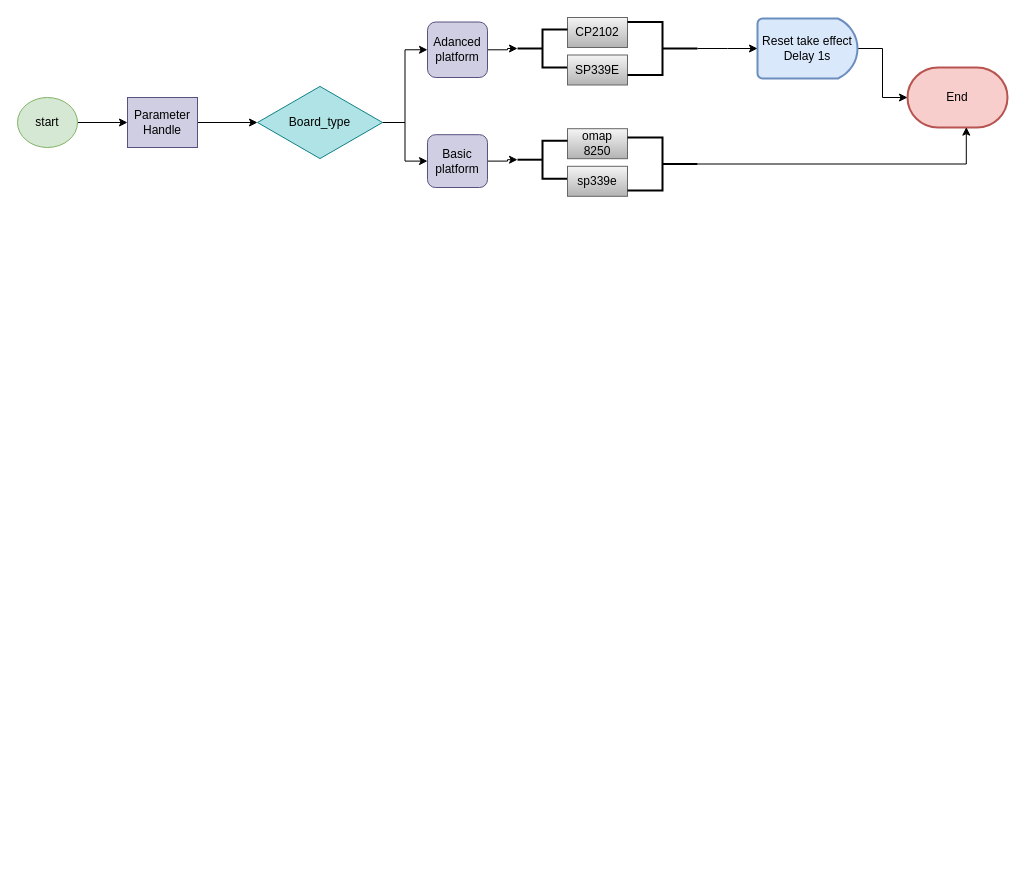
Above: switchserialmode.drawio in AsuraZeng/just-for-mark (draw.io), before the change. Source tidied: cells renumbered, new cells numbered last; positions are measured from the earlier drawing's top-left corner, leaving out a move shared by most shapes. Both pictures are drawn from the tidied source at 100%, with x=0, y=0 at pixel (17, 17).
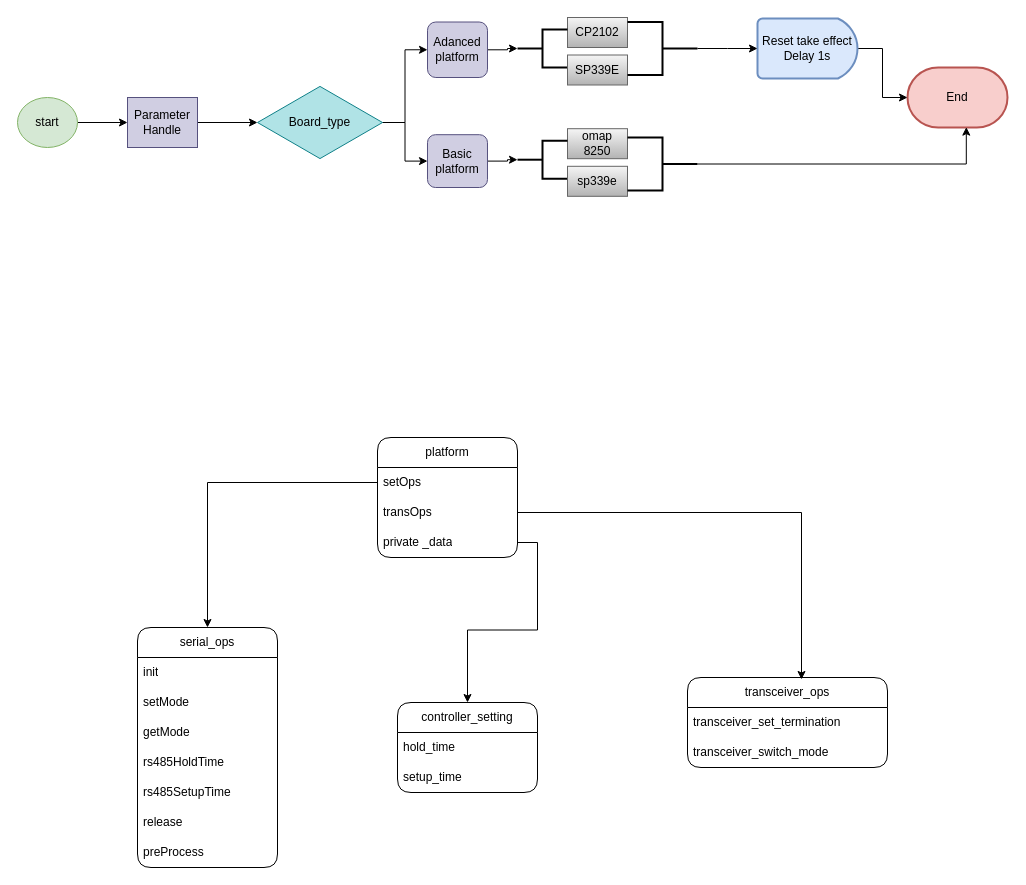
Above is the later version.

What changed in the source:
```diff
@@
+    <mxCell id="26" value="serial_ops" style="swimlane;fontStyle=0;horizontal=1;startSize=30;whiteSpace=wrap;html=1;rounded=1;" parent="1" vertex="1">
+      <mxGeometry x="120" y="610" width="140" height="240" as="geometry" />
+    </mxCell>
+    <mxCell id="27" value="init" style="text;align=left;verticalAlign=middle;spacingLeft=4;spacingRight=4;overflow=hidden;whiteSpace=wrap;html=1;rounded=1;" parent="26" vertex="1">
+      <mxGeometry y="30" width="140" height="30" as="geometry" />
+    </mxCell>
+    <mxCell id="28" value="setMode" style="text;strokeColor=none;fillColor=none;align=left;verticalAlign=middle;spacingLeft=4;spacingRight=4;overflow=hidden;whiteSpace=wrap;html=1;rounded=1;" parent="26" vertex="1">
+      <mxGeometry y="60" width="140" height="30" as="geometry" />
+    </mxCell>
+    <mxCell id="29" value="getMode" style="text;strokeColor=none;fillColor=none;align=left;verticalAlign=middle;spacingLeft=4;spacingRight=4;overflow=hidden;whiteSpace=wrap;html=1;rounded=1;" parent="26" vertex="1">
+      <mxGeometry y="90" width="140" height="30" as="geometry" />
+    </mxCell>
+    <mxCell id="30" value="rs485HoldTime" style="text;strokeColor=none;fillColor=none;align=left;verticalAlign=middle;spacingLeft=4;spacingRight=4;overflow=hidden;whiteSpace=wrap;html=1;rounded=1;" parent="26" vertex="1">
+      <mxGeometry y="120" width="140" height="30" as="geometry" />
+    </mxCell>
+    <mxCell id="31" value="rs485SetupTime" style="text;strokeColor=none;fillColor=none;align=left;verticalAlign=middle;spacingLeft=4;spacingRight=4;overflow=hidden;whiteSpace=wrap;html=1;rounded=1;" parent="26" vertex="1">
+      <mxGeometry y="150" width="140" height="30" as="geometry" />
+    </mxCell>
+    <mxCell id="32" value="release" style="text;strokeColor=none;fillColor=none;align=left;verticalAlign=middle;spacingLeft=4;spacingRight=4;overflow=hidden;whiteSpace=wrap;html=1;rounded=1;" parent="26" vertex="1">
+      <mxGeometry y="180" width="140" height="30" as="geometry" />
+    </mxCell>
+    <mxCell id="33" value="preProcess" style="text;strokeColor=none;fillColor=none;align=left;verticalAlign=middle;spacingLeft=4;spacingRight=4;overflow=hidden;whiteSpace=wrap;html=1;rounded=1;" parent="26" vertex="1">
+      <mxGeometry y="210" width="140" height="30" as="geometry" />
+    </mxCell>
+    <mxCell id="34" value="platform" style="swimlane;fontStyle=0;horizontal=1;startSize=30;whiteSpace=wrap;html=1;rounded=1;" parent="1" vertex="1">
+      <mxGeometry x="360" y="420" width="140" height="120" as="geometry" />
+    </mxCell>
+    <mxCell id="35" value="setOps" style="text;strokeColor=none;fillColor=none;align=left;verticalAlign=middle;spacingLeft=4;spacingRight=4;overflow=hidden;points=[[0,0.5],[1,0.5]];portConstraint=eastwest;whiteSpace=wrap;html=1;rounded=1;" parent="34" vertex="1">
+      <mxGeometry y="30" width="140" height="30" as="geometry" />
+    </mxCell>
+    <mxCell id="36" value="transOps" style="text;strokeColor=none;fillColor=none;align=left;verticalAlign=middle;spacingLeft=4;spacingRight=4;overflow=hidden;points=[[0,0.5],[1,0.5]];portConstraint=eastwest;whiteSpace=wrap;html=1;rounded=1;" parent="34" vertex="1">
+      <mxGeometry y="60" width="140" height="30" as="geometry" />
+    </mxCell>
+    <mxCell id="37" value="private _data" style="text;strokeColor=none;fillColor=none;align=left;verticalAlign=middle;spacingLeft=4;spacingRight=4;overflow=hidden;points=[[0,0.5],[1,0.5]];portConstraint=eastwest;whiteSpace=wrap;html=1;rounded=1;" parent="34" vertex="1">
+      <mxGeometry y="90" width="140" height="30" as="geometry" />
+    </mxCell>
+    <mxCell id="38" value="transceiver_ops" style="swimlane;fontStyle=0;horizontal=1;startSize=30;whiteSpace=wrap;html=1;rounded=1;" parent="1" vertex="1">
+      <mxGeometry x="670" y="660" width="200" height="90" as="geometry" />
+    </mxCell>
+    <mxCell id="39" value="transceiver_set_termination" style="text;strokeColor=none;fillColor=none;align=left;verticalAlign=middle;spacingLeft=4;spacingRight=4;overflow=hidden;whiteSpace=wrap;html=1;rounded=1;" parent="38" vertex="1">
+      <mxGeometry y="30" width="200" height="30" as="geometry" />
+    </mxCell>
+    <mxCell id="40" value="transceiver_switch_mode" style="text;strokeColor=none;fillColor=none;align=left;verticalAlign=middle;spacingLeft=4;spacingRight=4;overflow=hidden;whiteSpace=wrap;html=1;rounded=1;" parent="38" vertex="1">
+      <mxGeometry y="60" width="200" height="30" as="geometry" />
+    </mxCell>
+    <mxCell id="41" style="edgeStyle=orthogonalEdgeStyle;rounded=0;jettySize=auto;html=1;entryX=0.5;entryY=0;entryDx=0;entryDy=0;" parent="1" edge="1" source="35" target="26">
+      <mxGeometry relative="1" as="geometry" />
+    </mxCell>
+    <mxCell id="42" style="edgeStyle=orthogonalEdgeStyle;rounded=0;jettySize=auto;html=1;exitX=1;exitY=0.5;exitDx=0;exitDy=0;entryX=0.57;entryY=0.022;entryDx=0;entryDy=0;entryPerimeter=0;" parent="1" edge="1" source="36" target="38">
+      <mxGeometry relative="1" as="geometry" />
+    </mxCell>
+    <mxCell id="43" value="controller_setting" style="swimlane;fontStyle=0;horizontal=1;startSize=30;whiteSpace=wrap;html=1;rounded=1;" parent="1" vertex="1">
+      <mxGeometry x="380" y="685" width="140" height="90" as="geometry" />
+    </mxCell>
+    <mxCell id="44" value="hold_time" style="text;strokeColor=none;fillColor=none;align=left;verticalAlign=middle;spacingLeft=4;spacingRight=4;overflow=hidden;whiteSpace=wrap;html=1;rounded=1;" parent="43" vertex="1">
+      <mxGeometry y="30" width="140" height="30" as="geometry" />
+    </mxCell>
+    <mxCell id="45" value="setup_time" style="text;strokeColor=none;fillColor=none;align=left;verticalAlign=middle;spacingLeft=4;spacingRight=4;overflow=hidden;whiteSpace=wrap;html=1;rounded=1;" parent="43" vertex="1">
+      <mxGeometry y="60" width="140" height="30" as="geometry" />
+    </mxCell>
+    <mxCell id="46" style="edgeStyle=orthogonalEdgeStyle;rounded=0;jettySize=auto;html=1;entryX=0.5;entryY=0;entryDx=0;entryDy=0;" parent="1" edge="1" source="37" target="43">
+      <mxGeometry relative="1" as="geometry" />
+    </mxCell>
```
